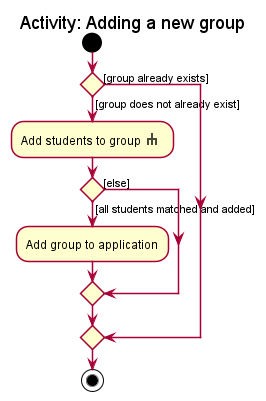
This is docs/images/AddGroupActivityDiagram.png from nus-cs2103-AY2122S1/tp, a PlantUML export, as it was before one commit.
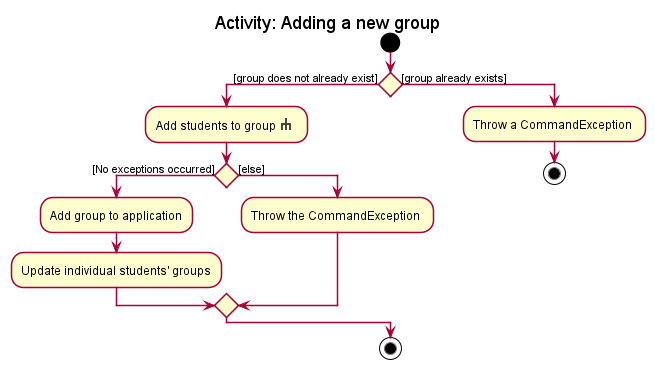
After the commit.

Commit message:
Update activity diagrams for AddGroup

The edit, as a diff of the source:
```diff
@@ -6,11 +6,15 @@
 start
 if () then ([group does not already exist])
   :Add students to group <$rake> ;
-  if () then ([all students matched and added])
+  if () then ([No exceptions occurred])
     :Add group to application;
+    :Update individual students' groups;
   else ([else])
+    :Throw the CommandException ;
   endif
 else ([group already exists])
+  :Throw a CommandException ;
+  stop
 endif
 
 stop
```
